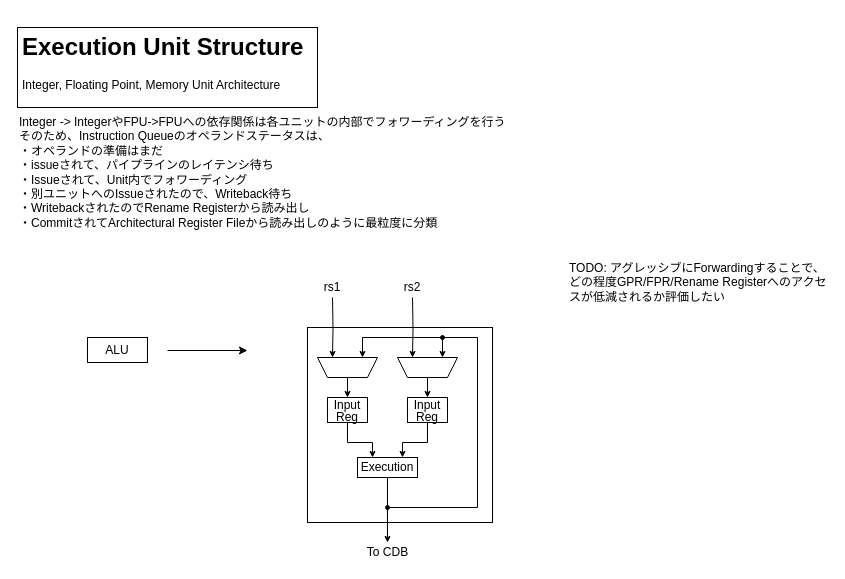
Before: doc/arch/exeunit.drawio in mfkiwl/srvio, a draw.io diagram. Source tidied: cells renumbered, new cells numbered last; positions are measured from the earlier drawing's top-left corner, leaving out a move shared by most shapes. Both pictures are drawn from the tidied source at 100%, with x=0, y=0 at pixel (17, 27).
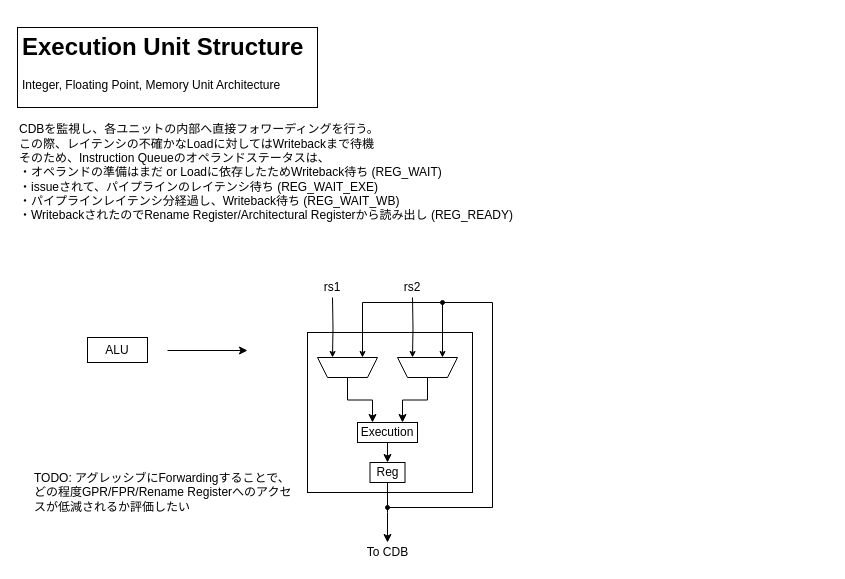
The same page after the edit.

The change refers to these unchanged cells:
```xml
<mxCell id="15" style="shape=trapezoid;perimeter=trapezoidPerimeter;whiteSpace=wrap;html=1;fixedSize=1;strokeColor=#000000;fillColor=none;rotation=-180;size=10;" parent="1" vertex="1">
  <mxGeometry x="300" y="330" width="60" height="20" as="geometry" />
</mxCell>
<mxCell id="19" style="shape=trapezoid;perimeter=trapezoidPerimeter;whiteSpace=wrap;html=1;fixedSize=1;strokeColor=#000000;fillColor=none;rotation=-180;size=10;" parent="1" vertex="1">
  <mxGeometry x="380" y="330" width="60" height="20" as="geometry" />
</mxCell>
```

Diff of the diagram source:
```diff
@@
-    <mxCell id="3" value="&lt;div align=&quot;left&quot;&gt;Integer -&amp;gt; IntegerやFPU-&amp;gt;FPUへの依存関係は各ユニットの内部でフォワーディングを行う&lt;/div&gt;&lt;div align=&quot;left&quot;&gt;そのため、Instruction Queueのオペランドステータスは、&lt;/div&gt;&lt;div align=&quot;left&quot;&gt;・オペランドの準備はまだ&lt;br&gt;&lt;/div&gt;&lt;div align=&quot;left&quot;&gt;・issueされて、パイプラインのレイテンシ待ち&lt;/div&gt;&lt;div align=&quot;left&quot;&gt;・Issueされて、Unit内でフォワーディング&lt;/div&gt;&lt;div align=&quot;left&quot;&gt;・別ユニットへのIssueされたので、Writeback待ち&lt;br&gt;&lt;/div&gt;&lt;div align=&quot;left&quot;&gt;・WritebackされたのでRename Registerから読み出し&lt;br&gt;&lt;/div&gt;&lt;div align=&quot;left&quot;&gt;・CommitされてArchitectural Register Fileから読み出し&lt;span&gt;のように最粒度に分類&lt;/span&gt;&lt;/div&gt;" style="text;html=1;strokeColor=none;fillColor=none;align=left;verticalAlign=middle;whiteSpace=wrap;rounded=0;" parent="1" vertex="1">
+    <mxCell id="3" value="&lt;div align=&quot;left&quot;&gt;CDBを監視し、&lt;span&gt;各ユニットの内部へ直接フォワーディングを行う。&lt;/span&gt;&lt;/div&gt;&lt;div align=&quot;left&quot;&gt;&lt;span&gt;この際、レイテンシの不確かなLoadに対してはWritebackまで待機&lt;/span&gt;&lt;/div&gt;&lt;div align=&quot;left&quot;&gt;そのため、Instruction Queueのオペランドステータスは、&lt;/div&gt;&lt;div align=&quot;left&quot;&gt;・オペランドの準備はまだ or Loadに依存したためWriteback待ち (REG_WAIT)&lt;/div&gt;&lt;div align=&quot;left&quot;&gt;・issueされて、パイプラインのレイテンシ待ち (REG_WAIT_EXE)&lt;/div&gt;&lt;div align=&quot;left&quot;&gt;・パイプラインレイテンシ分経過し、Writeback待ち (REG_WAIT_WB)&lt;br&gt;&lt;/div&gt;&lt;div align=&quot;left&quot;&gt;・WritebackされたのでRename Register/Architectural Registerから読み出し (REG_READY)&lt;/div&gt;" style="text;html=1;strokeColor=none;fillColor=none;align=left;verticalAlign=middle;whiteSpace=wrap;rounded=0;" parent="1" vertex="1">
       <mxGeometry y="85" width="515" height="120" as="geometry" />
     </mxCell>
@@
-    <mxCell id="6" style="edgeStyle=orthogonalEdgeStyle;rounded=0;jettySize=auto;html=1;exitX=0.5;exitY=1;exitDx=0;exitDy=0;entryX=0.25;entryY=0;entryDx=0;entryDy=0;endSize=4;" parent="1" edge="1" source="7" target="9">
-      <mxGeometry relative="1" as="geometry" />
-    </mxCell>
-    <mxCell id="7" value="&lt;p style=&quot;line-height: 100%&quot;&gt;Input Reg&lt;/p&gt;" style="rounded=0;whiteSpace=wrap;html=1;strokeColor=#000000;fillColor=none;" parent="1" vertex="1">
-      <mxGeometry x="310" y="370" width="40" height="25" as="geometry" />
-    </mxCell>
-    <mxCell id="8" style="edgeStyle=orthogonalEdgeStyle;rounded=0;jettySize=auto;html=1;exitX=0.5;exitY=1;exitDx=0;exitDy=0;endSize=4;" parent="1" edge="1" source="9">
-      <mxGeometry relative="1" as="geometry">
-        <mxPoint x="370" y="515" as="targetPoint" />
-      </mxGeometry>
-    </mxCell>
+    <mxCell id="25" style="edgeStyle=orthogonalEdgeStyle;rounded=0;jettySize=auto;html=1;exitX=0.5;exitY=1;exitDx=0;exitDy=0;entryX=0.5;entryY=0;entryDx=0;entryDy=0;" parent="1" edge="1" source="9" target="29">
+      <mxGeometry relative="1" as="geometry" />
+    </mxCell>
     <mxCell id="9" value="Execution" style="rounded=0;whiteSpace=wrap;html=1;strokeColor=#000000;fillColor=none;" parent="1" vertex="1">
-      <mxGeometry x="340" y="430" width="60" height="20" as="geometry" />
+      <mxGeometry x="340" y="395" width="60" height="20" as="geometry" />
     </mxCell>
-    <mxCell id="10" style="edgeStyle=orthogonalEdgeStyle;rounded=0;jettySize=auto;html=1;entryX=0.75;entryY=0;entryDx=0;entryDy=0;endSize=4;" parent="1" edge="1" source="11" target="9">
-      <mxGeometry relative="1" as="geometry" />
-    </mxCell>
-    <mxCell id="11" value="&lt;p style=&quot;line-height: 100%&quot;&gt;Input Reg&lt;/p&gt;" style="rounded=0;whiteSpace=wrap;html=1;strokeColor=#000000;fillColor=none;" parent="1" vertex="1">
-      <mxGeometry x="390" y="370" width="40" height="25" as="geometry" />
-    </mxCell>
-    <mxCell id="12" style="edgeStyle=orthogonalEdgeStyle;rounded=0;jettySize=auto;html=1;exitX=0.5;exitY=0;exitDx=0;exitDy=0;entryX=0.5;entryY=0;entryDx=0;entryDy=0;endSize=4;" parent="1" edge="1" source="15" target="7">
-      <mxGeometry relative="1" as="geometry" />
-    </mxCell>
@@
     <mxCell id="14" style="edgeStyle=orthogonalEdgeStyle;rounded=0;jettySize=auto;html=1;startArrow=oval;startFill=1;startSize=4;endSize=4;entryX=0.25;entryY=1;entryDx=0;entryDy=0;" parent="1" edge="1" target="15">
       <mxGeometry relative="1" as="geometry">
-        <mxPoint x="425" y="310" as="sourcePoint" />
+        <mxPoint x="425" y="275" as="sourcePoint" />
         <Array as="points">
-          <mxPoint x="345" y="310" />
+          <mxPoint x="425" y="275" />
+          <mxPoint x="345" y="275" />
         </Array>
       </mxGeometry>
     </mxCell>
+    <mxCell id="26" style="edgeStyle=orthogonalEdgeStyle;rounded=0;jettySize=auto;html=1;exitX=0.5;exitY=0;exitDx=0;exitDy=0;entryX=0.25;entryY=0;entryDx=0;entryDy=0;" parent="1" edge="1" source="15" target="9">
+      <mxGeometry relative="1" as="geometry" />
+    </mxCell>
@@
-    <mxCell id="16" style="edgeStyle=orthogonalEdgeStyle;rounded=0;jettySize=auto;html=1;exitX=0.5;exitY=0;exitDx=0;exitDy=0;entryX=0.5;entryY=0;entryDx=0;entryDy=0;startSize=4;endSize=4;" parent="1" edge="1" source="19" target="11">
-      <mxGeometry relative="1" as="geometry" />
-    </mxCell>
@@
-    <mxCell id="18" style="edgeStyle=orthogonalEdgeStyle;rounded=0;jettySize=auto;html=1;exitX=0.25;exitY=1;exitDx=0;exitDy=0;entryX=0.25;entryY=1;entryDx=0;entryDy=0;startArrow=oval;startFill=1;endSize=4;startSize=4;" parent="1" edge="1" target="19">
+    <mxCell id="18" style="edgeStyle=orthogonalEdgeStyle;rounded=0;jettySize=auto;html=1;entryX=0.25;entryY=1;entryDx=0;entryDy=0;startArrow=oval;startFill=1;endSize=4;startSize=4;" parent="1" edge="1" target="19">
       <mxGeometry relative="1" as="geometry">
         <mxPoint x="370" y="480" as="sourcePoint" />
         <Array as="points">
-          <mxPoint x="460" y="480" />
-          <mxPoint x="460" y="310" />
-          <mxPoint x="425" y="310" />
+          <mxPoint x="475" y="480" />
+          <mxPoint x="475" y="275" />
+          <mxPoint x="425" y="275" />
         </Array>
       </mxGeometry>
     </mxCell>
+    <mxCell id="27" style="edgeStyle=orthogonalEdgeStyle;rounded=0;jettySize=auto;html=1;exitX=0.5;exitY=0;exitDx=0;exitDy=0;entryX=0.75;entryY=0;entryDx=0;entryDy=0;" parent="1" edge="1" source="19" target="9">
+      <mxGeometry relative="1" as="geometry" />
+    </mxCell>
@@
     <mxCell id="20" style="rounded=0;whiteSpace=wrap;html=1;strokeColor=#000000;fillColor=none;" parent="1" vertex="1">
-      <mxGeometry x="290" y="300" width="185" height="195" as="geometry" />
+      <mxGeometry x="290" y="305" width="165" height="160" as="geometry" />
     </mxCell>
@@
     <mxCell id="24" value="TODO: アグレッシブにForwardingすることで、どの程度GPR/FPR/Rename Registerへのアクセスが低減されるか評価したい" style="text;html=1;strokeColor=none;fillColor=none;align=left;verticalAlign=middle;whiteSpace=wrap;rounded=0;" parent="1" vertex="1">
-      <mxGeometry x="550" y="220" width="260" height="70" as="geometry" />
+      <mxGeometry x="15" y="430" width="260" height="70" as="geometry" />
     </mxCell>
+    <mxCell id="28" style="edgeStyle=orthogonalEdgeStyle;rounded=0;jettySize=auto;html=1;exitX=0.5;exitY=1;exitDx=0;exitDy=0;" parent="1" edge="1" source="29">
+      <mxGeometry relative="1" as="geometry">
+        <mxPoint x="370" y="515" as="targetPoint" />
+      </mxGeometry>
+    </mxCell>
+    <mxCell id="29" value="Reg" style="rounded=0;whiteSpace=wrap;html=1;strokeColor=#000000;fillColor=none;" parent="1" vertex="1">
+      <mxGeometry x="352.5" y="435" width="35" height="20" as="geometry" />
+    </mxCell>
```
